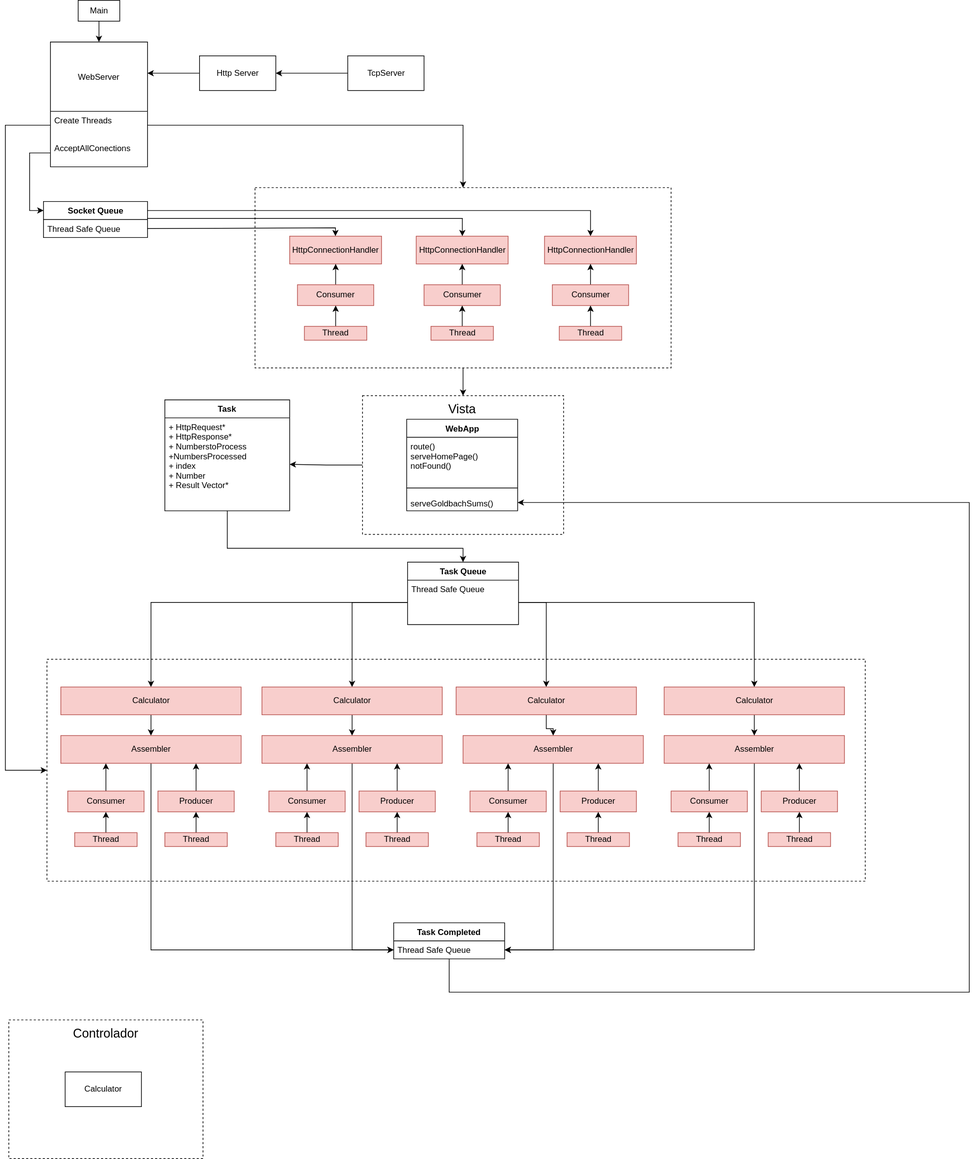
mauricio790/concurrente21-aaron-axel-mauricio keeps this draw.io diagram as Proyecto01/img/uml_segundoavance.svg. Above is the earlier version. Source tidied: cells renumbered, new cells last; positions are measured from the earlier drawing's top-left corner, leaving out a move shared by most shapes.
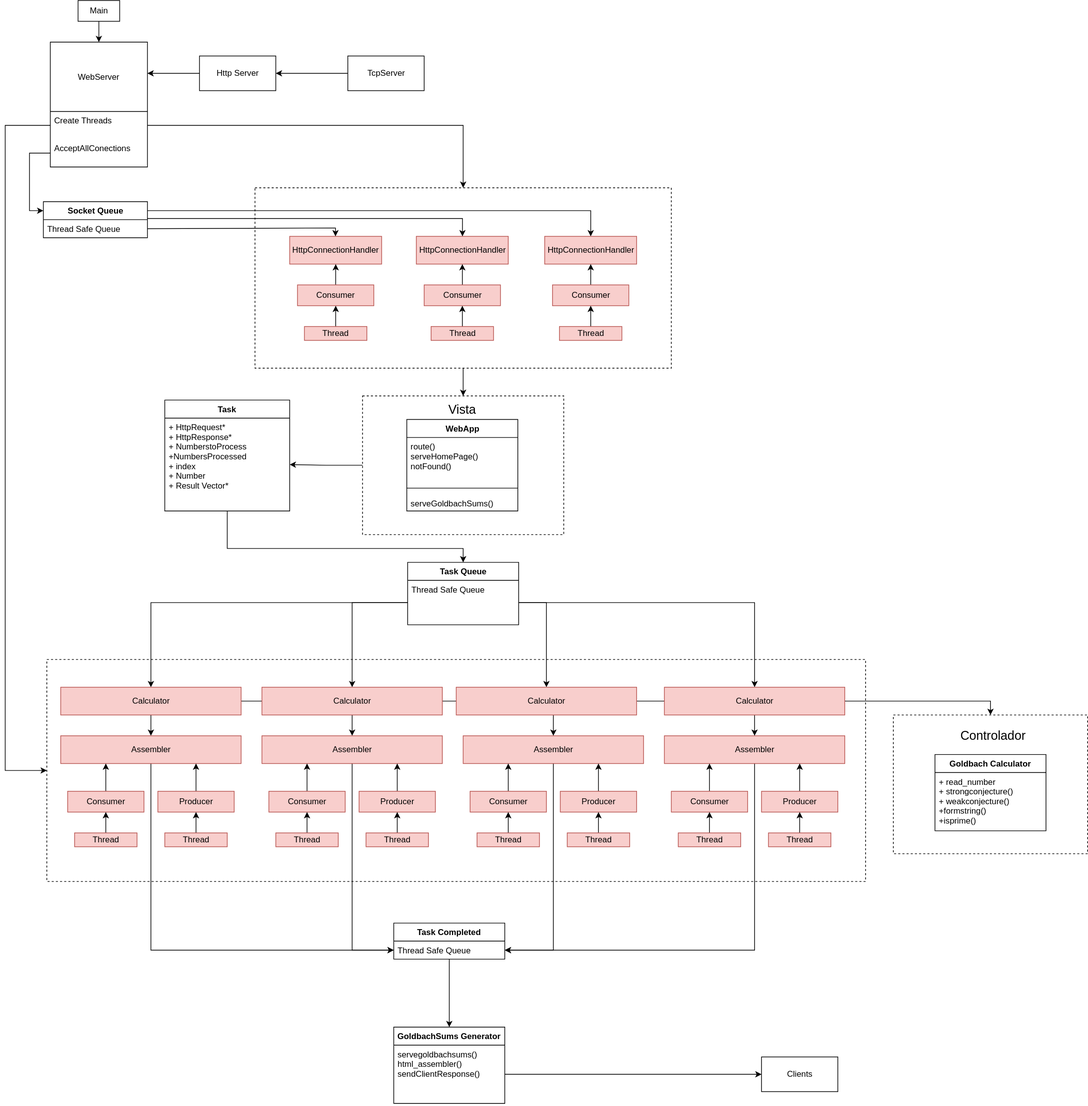
Above is the later version.

Commit message:
diseño actualizado

What changed in the source:
```diff
@@ -110,10 +110,10 @@
       <mxGeometry x="628.8" y="580" width="60" height="20" as="geometry" />
     </mxCell>
     <mxCell id="36" style="rounded=0;whiteSpace=wrap;html=1;fillColor=none;dashed=1;shadow=0;strokeColor=#000000;align=left;" parent="1" vertex="1">
-      <mxGeometry x="5" y="1470" width="280" height="200" as="geometry" />
+      <mxGeometry x="1280" y="1030" width="280" height="200" as="geometry" />
     </mxCell>
     <mxCell id="37" value="&lt;font style=&quot;font-size: 18px&quot;&gt;Controlador&lt;/font&gt;" style="text;html=1;strokeColor=none;fillColor=none;align=center;verticalAlign=middle;whiteSpace=wrap;rounded=0;shadow=0;dashed=1;dashPattern=13;" parent="1" vertex="1">
-      <mxGeometry x="115" y="1480" width="60" height="20" as="geometry" />
+      <mxGeometry x="1393.8" y="1050" width="60" height="20" as="geometry" />
     </mxCell>
     <mxCell id="38" value="WebApp" style="swimlane;fontStyle=1;align=center;verticalAlign=top;horizontal=1;startSize=26;rounded=0;shadow=0;dashed=1;dashPattern=13;strokeColor=#000000;fillColor=none;html=1;" parent="1" vertex="1">
       <mxGeometry x="578.8" y="604" width="160" height="132" as="geometry" />
@@ -127,9 +127,6 @@
     <mxCell id="41" value="serveGoldbachSums()" style="text;strokeColor=none;fillColor=none;align=left;verticalAlign=top;spacingLeft=4;spacingRight=4;overflow=hidden;points=[[0,0.5],[1,0.5]];portConstraint=eastwest;" parent="38" vertex="1">
       <mxGeometry y="108" width="160" height="24" as="geometry" />
     </mxCell>
-    <mxCell id="42" value="Calculator" style="html=1;rounded=0;shadow=0;dashed=1;dashPattern=13;strokeColor=#000000;fillColor=none;" parent="1" vertex="1">
-      <mxGeometry x="86.2" y="1545" width="110" height="50" as="geometry" />
-    </mxCell>
     <mxCell id="43" style="edgeStyle=orthogonalEdgeStyle;rounded=0;jettySize=auto;html=1;entryX=0;entryY=0.5;entryDx=0;entryDy=0;" parent="1" edge="1" source="44" target="93">
       <mxGeometry relative="1" as="geometry" />
     </mxCell>
@@ -291,6 +288,9 @@
     <mxCell id="91" style="edgeStyle=orthogonalEdgeStyle;rounded=0;jettySize=auto;html=1;exitX=0;exitY=0.5;exitDx=0;exitDy=0;entryX=0.5;entryY=0;entryDx=0;entryDy=0;" parent="1" edge="1" source="85" target="95">
       <mxGeometry relative="1" as="geometry" />
     </mxCell>
+    <mxCell id="107" style="edgeStyle=orthogonalEdgeStyle;rounded=0;jettySize=auto;html=1;" parent="1" edge="1" source="92" target="109">
+      <mxGeometry relative="1" as="geometry" />
+    </mxCell>
     <mxCell id="92" value="Task Completed" style="swimlane;fontStyle=1;align=center;verticalAlign=top;horizontal=1;startSize=26;" parent="1" vertex="1">
       <mxGeometry x="560" y="1330" width="160" height="52" as="geometry" />
     </mxCell>
@@ -300,6 +300,9 @@
     <mxCell id="94" style="edgeStyle=orthogonalEdgeStyle;rounded=0;jettySize=auto;html=1;entryX=0.5;entryY=0;entryDx=0;entryDy=0;" parent="1" edge="1" source="95" target="44">
       <mxGeometry relative="1" as="geometry" />
     </mxCell>
+    <mxCell id="108" style="edgeStyle=orthogonalEdgeStyle;rounded=0;jettySize=auto;html=1;entryX=0.5;entryY=0;entryDx=0;entryDy=0;" parent="1" edge="1" source="95" target="36">
+      <mxGeometry relative="1" as="geometry" />
+    </mxCell>
     <mxCell id="95" value="Calculator" style="html=1;fillColor=#f8cecc;strokeColor=#b85450;" parent="1" vertex="1">
       <mxGeometry x="80" y="990" width="260" height="40" as="geometry" />
     </mxCell>
@@ -310,7 +313,12 @@
       <mxGeometry x="370" y="990" width="260" height="40" as="geometry" />
     </mxCell>
     <mxCell id="98" style="edgeStyle=orthogonalEdgeStyle;rounded=0;jettySize=auto;html=1;entryX=0.5;entryY=0;entryDx=0;entryDy=0;" parent="1" edge="1" source="99" target="65">
-      <mxGeometry relative="1" as="geometry" />
+      <mxGeometry relative="1" as="geometry">
+        <Array as="points">
+          <mxPoint x="790" y="1040" />
+          <mxPoint x="790" y="1040" />
+        </Array>
+      </mxGeometry>
     </mxCell>
     <mxCell id="99" value="Calculator" style="html=1;fillColor=#f8cecc;strokeColor=#b85450;" parent="1" vertex="1">
       <mxGeometry x="650" y="990" width="260" height="40" as="geometry" />
@@ -330,15 +338,6 @@
     <mxCell id="104" style="edgeStyle=orthogonalEdgeStyle;rounded=0;jettySize=auto;html=1;exitX=0;exitY=0.5;exitDx=0;exitDy=0;entryX=1;entryY=0.5;entryDx=0;entryDy=0;" parent="1" edge="1" source="3" target="103">
       <mxGeometry relative="1" as="geometry" />
     </mxCell>
-    <mxCell id="105" style="edgeStyle=orthogonalEdgeStyle;rounded=0;jettySize=auto;html=1;entryX=1;entryY=0.5;entryDx=0;entryDy=0;" parent="1" edge="1" source="93" target="41">
-      <mxGeometry relative="1" as="geometry">
-        <Array as="points">
-          <mxPoint x="640" y="1430" />
-          <mxPoint x="1390" y="1430" />
-          <mxPoint x="1390" y="724" />
-        </Array>
-      </mxGeometry>
-    </mxCell>
     <mxCell id="106" style="edgeStyle=orthogonalEdgeStyle;rounded=0;jettySize=auto;html=1;entryX=0.5;entryY=0;entryDx=0;entryDy=0;" parent="1" edge="1" source="103" target="84">
       <mxGeometry relative="1" as="geometry">
         <Array as="points">
@@ -347,5 +346,23 @@
         </Array>
       </mxGeometry>
     </mxCell>
+    <mxCell id="109" value="GoldbachSums Generator" style="swimlane;fontStyle=1;align=center;verticalAlign=top;horizontal=1;startSize=26;" parent="1" vertex="1">
+      <mxGeometry x="560" y="1480" width="160" height="110" as="geometry" />
+    </mxCell>
+    <mxCell id="110" value="servegoldbachsums()&#10;html_assembler()&#10;sendClientResponse()&#10;" style="text;strokeColor=none;fillColor=none;align=left;verticalAlign=top;spacingLeft=4;spacingRight=4;overflow=hidden;points=[[0,0.5],[1,0.5]];portConstraint=eastwest;" parent="109" vertex="1">
+      <mxGeometry y="26" width="160" height="84" as="geometry" />
+    </mxCell>
+    <mxCell id="111" style="edgeStyle=orthogonalEdgeStyle;rounded=0;jettySize=auto;html=1;entryX=0;entryY=0.5;entryDx=0;entryDy=0;" parent="1" edge="1" source="110" target="112">
+      <mxGeometry relative="1" as="geometry" />
+    </mxCell>
+    <mxCell id="112" value="Clients" style="html=1;" parent="1" vertex="1">
+      <mxGeometry x="1090" y="1523" width="110" height="50" as="geometry" />
+    </mxCell>
+    <mxCell id="113" value="Goldbach Calculator" style="swimlane;fontStyle=1;align=center;verticalAlign=top;horizontal=1;startSize=26;" parent="1" vertex="1">
+      <mxGeometry x="1340" y="1087" width="160" height="110" as="geometry" />
+    </mxCell>
+    <mxCell id="114" value="+ read_number&#10;+ strongconjecture()&#10;+ weakconjecture()&#10;+formstring()&#10;+isprime()" style="text;strokeColor=none;fillColor=none;align=left;verticalAlign=top;spacingLeft=4;spacingRight=4;overflow=hidden;" parent="113" vertex="1">
+      <mxGeometry y="26" width="160" height="84" as="geometry" />
+    </mxCell>
   </root>
 </mxGraphModel>
```
